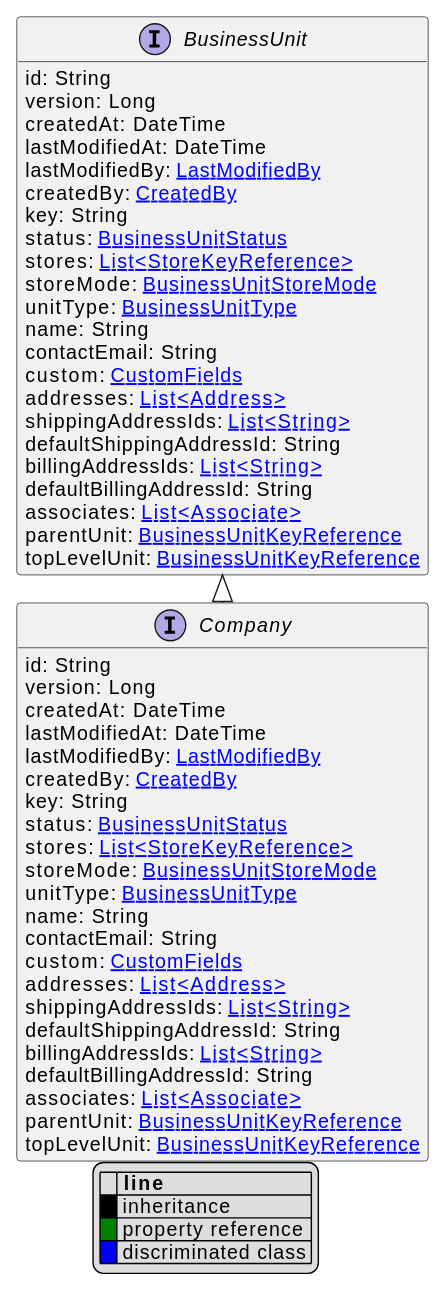
commercetools/commercetools-api-reference keeps this PlantUML diagram as uml/api/svg/Company.svg. Above is the earlier version.
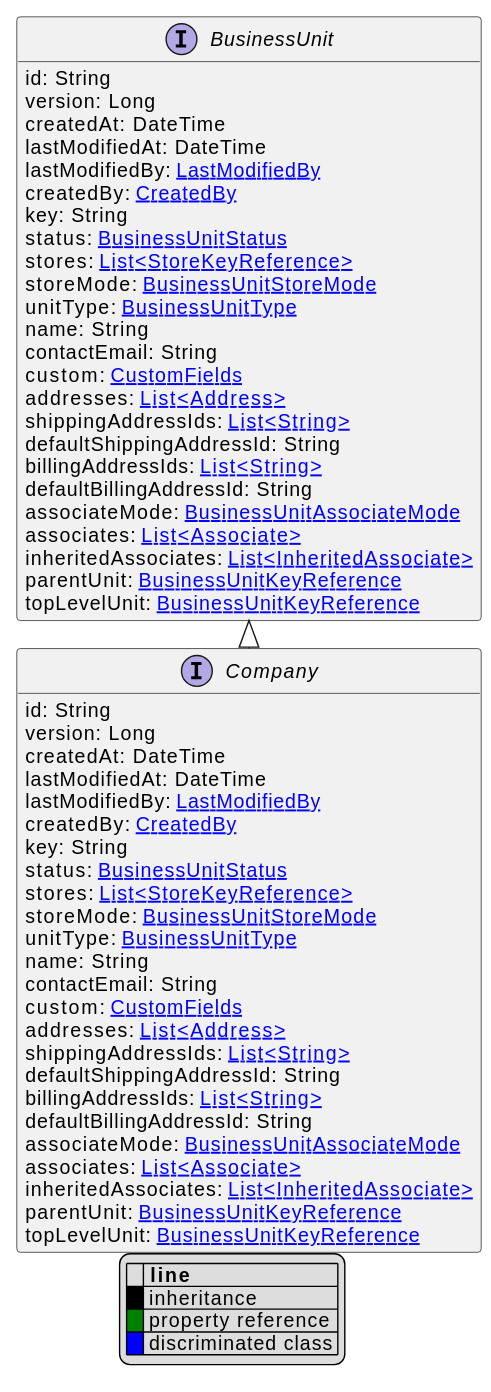
The same file after the commit.

What changed in the source:
```diff
@@ -28,7 +28,9 @@
     defaultShippingAddressId: String
     billingAddressIds: [[String.svg List<String>]]
     defaultBillingAddressId: String
+    associateMode: [[BusinessUnitAssociateMode.svg BusinessUnitAssociateMode]]
     associates: [[Associate.svg List<Associate>]]
+    inheritedAssociates: [[InheritedAssociate.svg List<InheritedAssociate>]]
     parentUnit: [[BusinessUnitKeyReference.svg BusinessUnitKeyReference]]
     topLevelUnit: [[BusinessUnitKeyReference.svg BusinessUnitKeyReference]]
 }
@@ -52,7 +54,9 @@
     defaultShippingAddressId: String
     billingAddressIds: [[String.svg List<String>]]
     defaultBillingAddressId: String
+    associateMode: [[BusinessUnitAssociateMode.svg BusinessUnitAssociateMode]]
     associates: [[Associate.svg List<Associate>]]
+    inheritedAssociates: [[InheritedAssociate.svg List<InheritedAssociate>]]
     parentUnit: [[BusinessUnitKeyReference.svg BusinessUnitKeyReference]]
     topLevelUnit: [[BusinessUnitKeyReference.svg BusinessUnitKeyReference]]
 }
```
